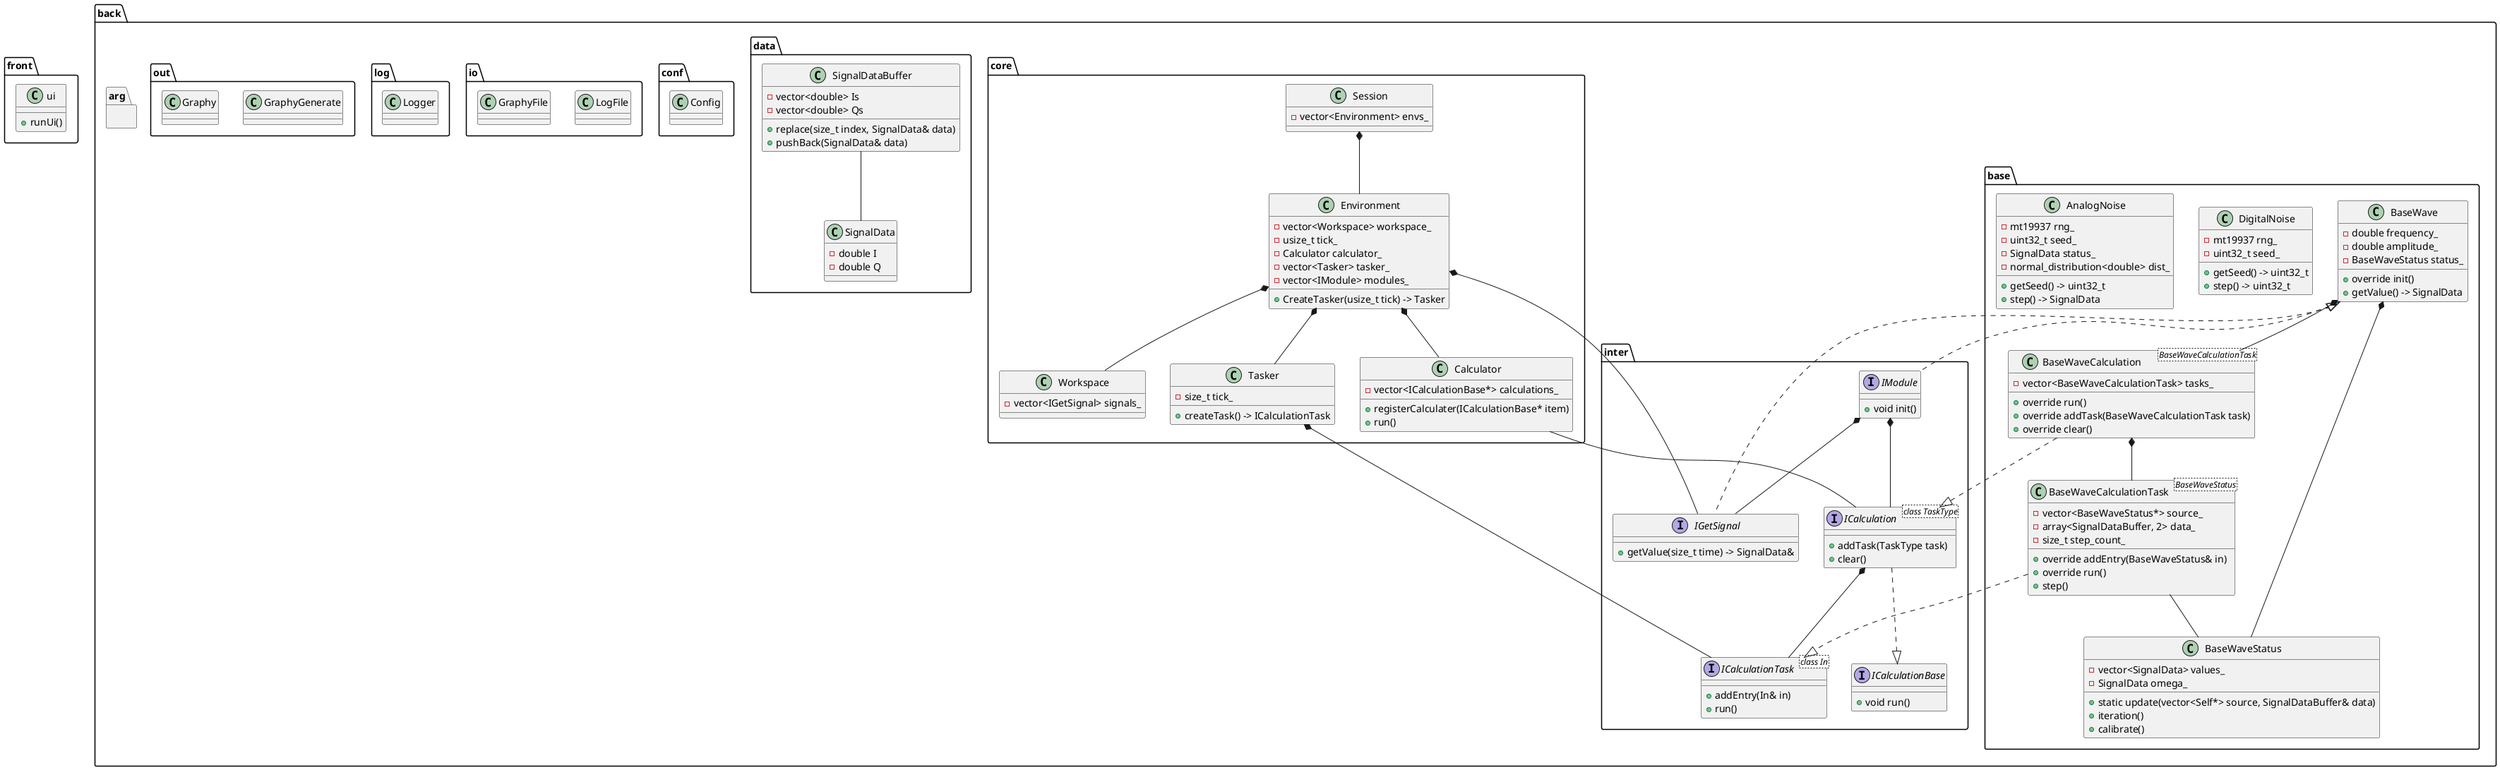
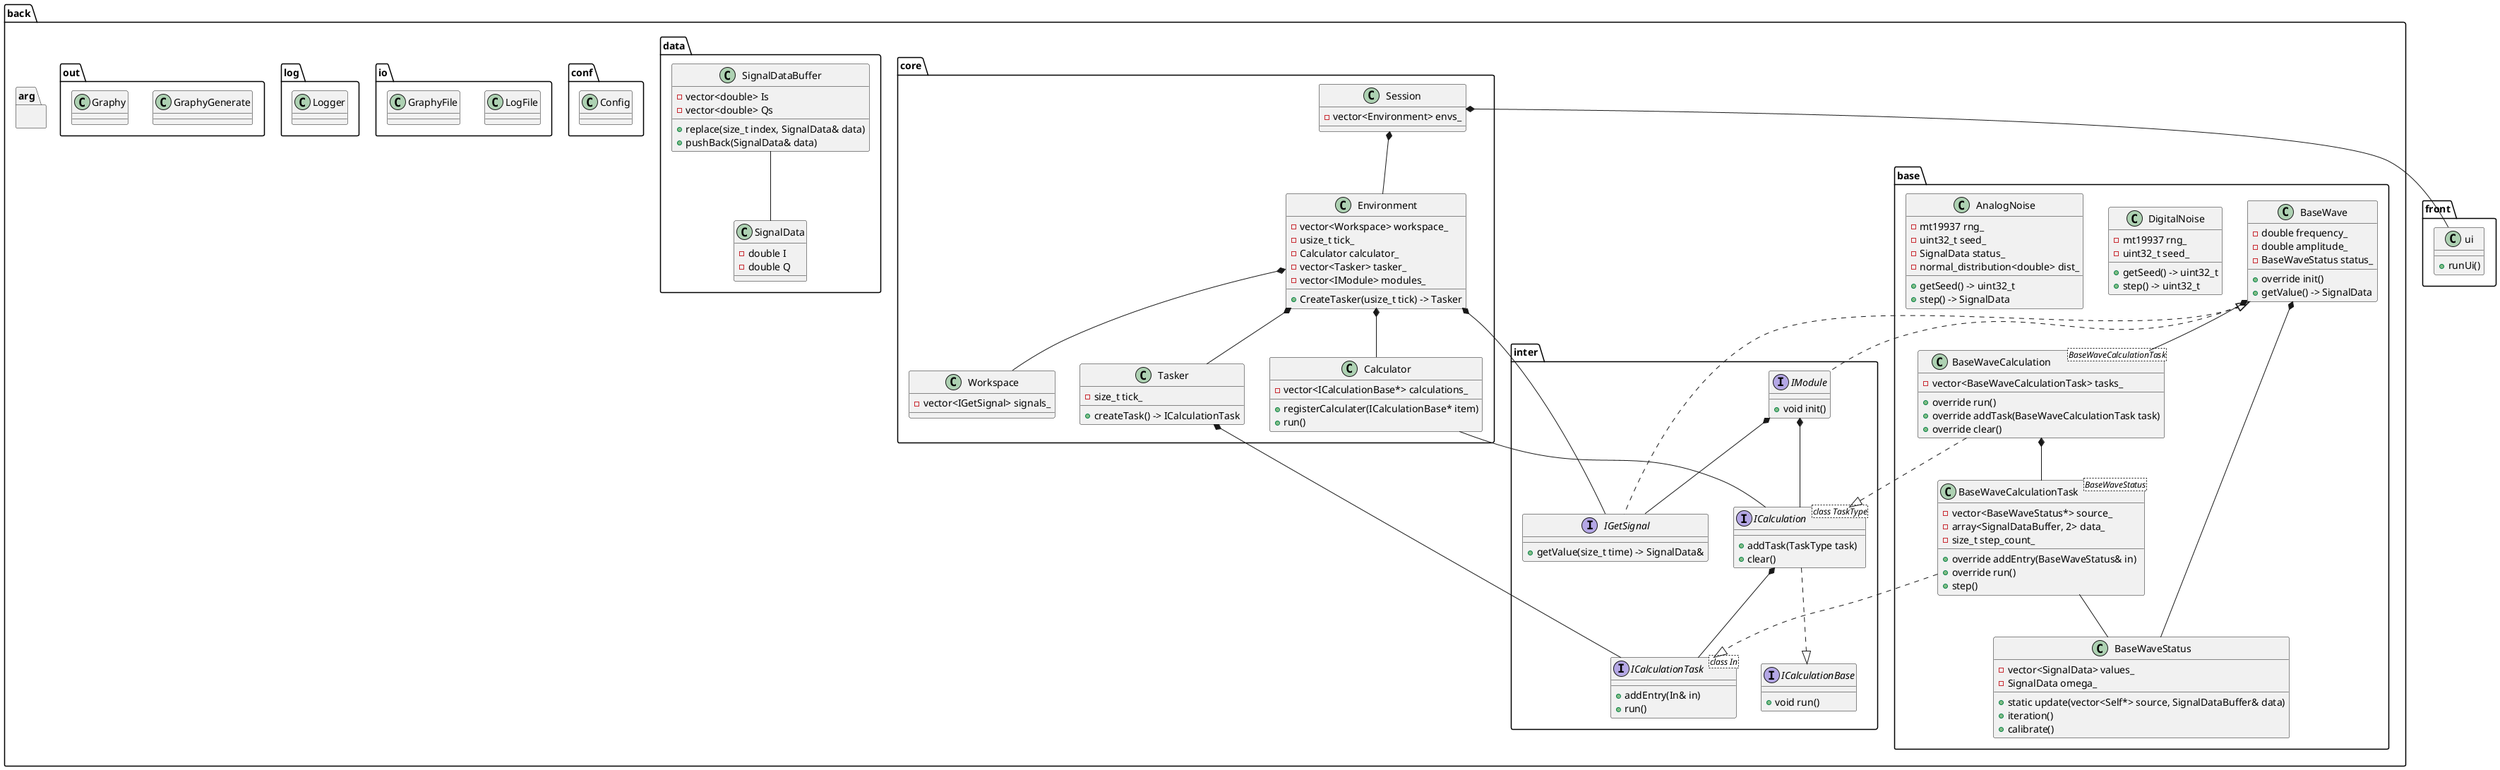
@startuml mainframe

package front {
    class ui {
        + runUi()
    }
}

package back {
    package inter {
        interface IModule {
            + void init()
        }

        interface IGetSignal {
            + getValue(size_t time) -> SignalData&
        }
        IModule *-- IGetSignal

        interface ICalculationBase {
            + void run()
        }

        interface ICalculation<class TaskType> {
            + addTask(TaskType task)
            + clear()
        }
        ICalculation ..|> ICalculationBase
        IModule *-- ICalculation

        interface ICalculationTask<class In> {
            + addEntry(In& in)
            + run()
        }
        ICalculation *-- ICalculationTask
    }

    package base {
        class BaseWave {
            - double frequency_
            - double amplitude_
            - BaseWaveStatus status_
            + override init()
            + getValue() -> SignalData
        }
        BaseWave <|.. IModule
        BaseWave <|.. IGetSignal

        class BaseWaveStatus {
            - vector<SignalData> values_
            - SignalData omega_
            + static update(vector<Self*> source, SignalDataBuffer& data)
            + iteration()
            + calibrate()
        }
        BaseWave *-- BaseWaveStatus

        class BaseWaveCalculation<BaseWaveCalculationTask> {
            - vector<BaseWaveCalculationTask> tasks_
            + override run()
            + override addTask(BaseWaveCalculationTask task)
            + override clear()
        }
        BaseWave *-- BaseWaveCalculation
        BaseWaveCalculation ..|> ICalculation

        class BaseWaveCalculationTask<BaseWaveStatus> {
            - vector<BaseWaveStatus*> source_
            - array<SignalDataBuffer, 2> data_
            - size_t step_count_
            + override addEntry(BaseWaveStatus& in)
            + override run()
            + step()
        }
        BaseWaveCalculationTask ..|> ICalculationTask
        BaseWaveCalculation *-- BaseWaveCalculationTask
        BaseWaveCalculationTask -- BaseWaveStatus

        class DigitalNoise {
            - mt19937 rng_
            - uint32_t seed_
            + getSeed() -> uint32_t
            + step() -> uint32_t
        }

        class AnalogNoise {
            - mt19937 rng_
            - uint32_t seed_
            - SignalData status_
            - normal_distribution<double> dist_
            + getSeed() -> uint32_t
            + step() -> SignalData
        }
    }

    package core {
        class Calculator {
            - vector<ICalculationBase*> calculations_
            + registerCalculater(ICalculationBase* item)
            + run()
        }
        Calculator -- ICalculation

        class Tasker {
            - size_t tick_
            + createTask() -> ICalculationTask
        }
        Tasker *-- ICalculationTask

        class Workspace {
            - vector<IGetSignal> signals_
        }

        class Environment {
            - vector<Workspace> workspace_
            - usize_t tick_
            - Calculator calculator_
            - vector<Tasker> tasker_
            - vector<IModule> modules_
            + CreateTasker(usize_t tick) -> Tasker
        }
        Environment *-- Tasker
        Environment *-- IGetSignal
        Environment *-- Workspace
        Environment *-- Calculator

        class Session {
            - vector<Environment> envs_
        }
        Session *-- Environment
+         Session *-- ui
    }

    package data {
        class SignalData {
            - double I
            - double Q
        }

        class SignalDataBuffer {
            - vector<double> Is
            - vector<double> Qs
            + replace(size_t index, SignalData& data)
            + pushBack(SignalData& data)
        }
        SignalDataBuffer -- SignalData
    }

    package conf {
        class Config {}
    }

    package io {
        class LogFile
        class GraphyFile
    }
    package log {
        class Logger
    }
    package out {
        class GraphyGenerate
        class Graphy
    }
    package arg {}
}

@enduml